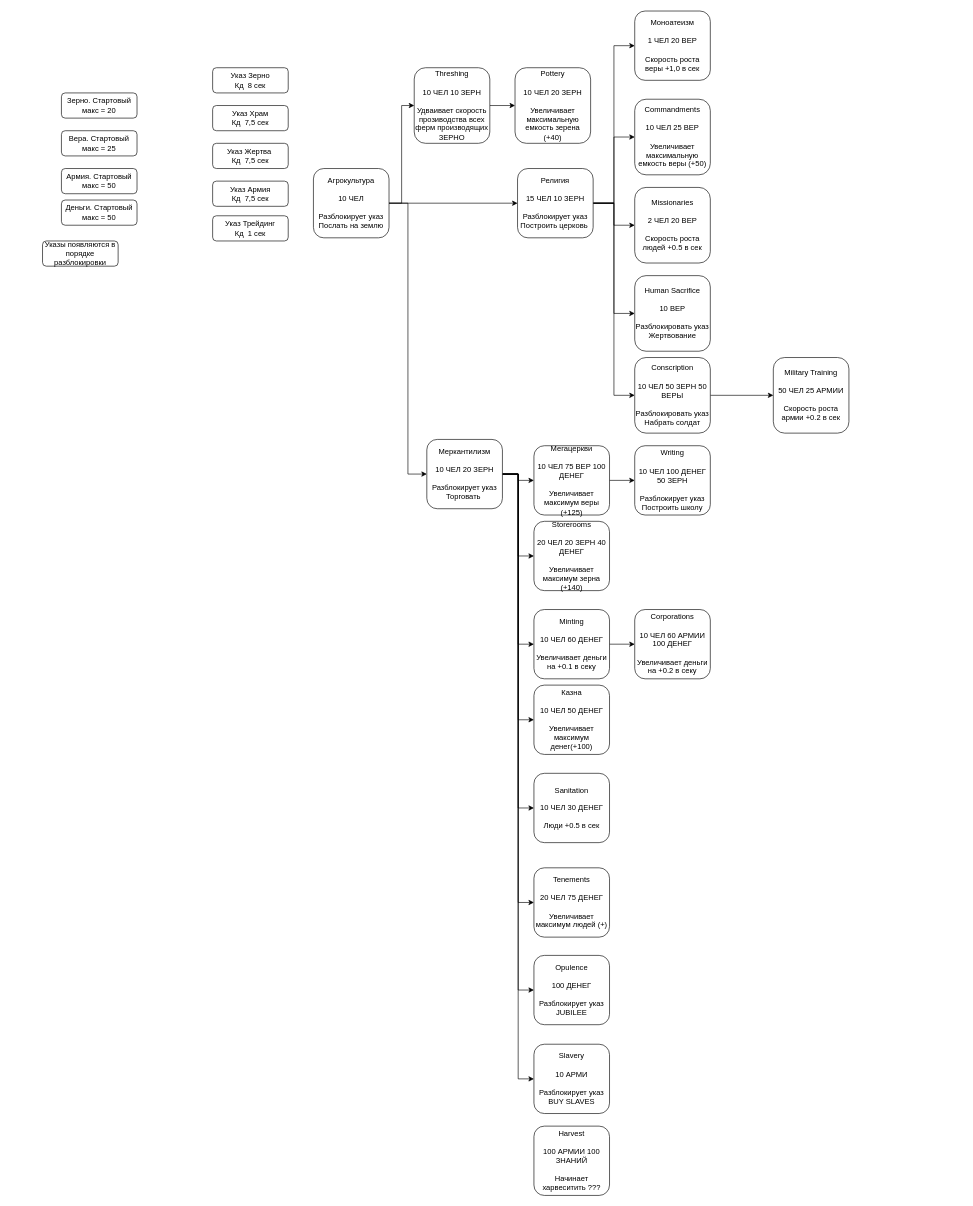
42ama/open-drawio keeps this draw.io diagram as Untitled Diagram.drawio. Above is the earlier version. Source tidied: cells renumbered, new cells numbered last; positions are measured from the earlier drawing's top-left corner, leaving out a move shared by most shapes. Both pictures are drawn from the tidied source at 63%, with x=0, y=0 at pixel (42, 11).
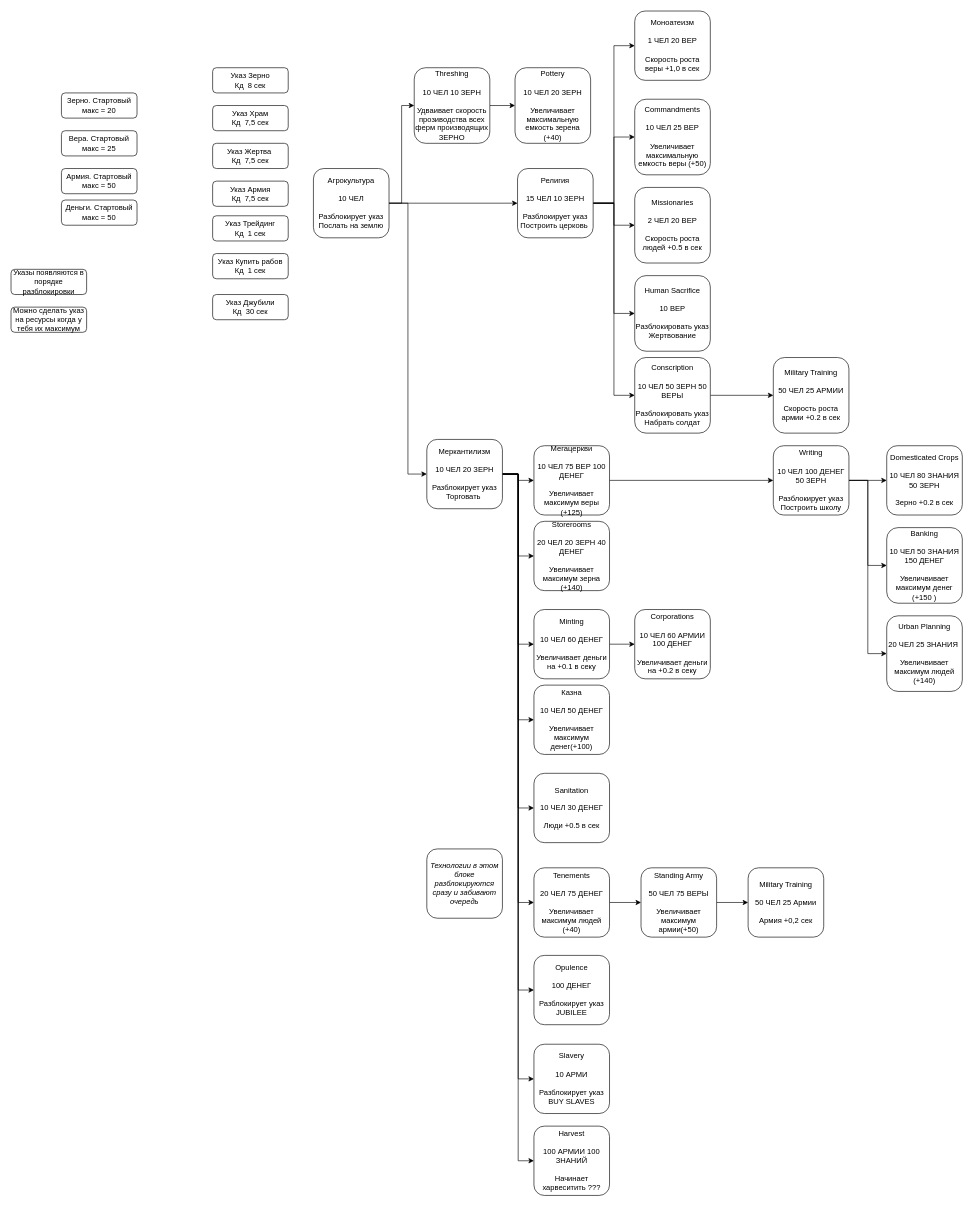
The same page after the edit.

The change refers to these unchanged cells:
```xml
<mxCell id="22" value="Меркантилизм&lt;br&gt;&lt;br&gt;10 ЧЕЛ 20 ЗЕРН&lt;br&gt;&lt;br&gt;Разблокирует указ Торговать&amp;nbsp;" style="rounded=1;whiteSpace=wrap;html=1;" parent="1" vertex="1">
  <mxGeometry x="610" y="680" width="120" height="110" as="geometry" />
</mxCell>
<mxCell id="51" value="Harvest&lt;br&gt;&lt;br&gt;100 АРМИИ 100 ЗНАНИЙ&lt;br&gt;&lt;br&gt;Начинает харвеситить ???" style="rounded=1;whiteSpace=wrap;html=1;" parent="1" vertex="1">
  <mxGeometry x="780" y="1770" width="120" height="110" as="geometry" />
</mxCell>
```

Diff of the diagram source:
```diff
@@
+    <mxCell id="54" style="edgeStyle=orthogonalEdgeStyle;rounded=0;jettySize=auto;html=1;entryX=0;entryY=0.5;entryDx=0;entryDy=0;" parent="1" edge="1" source="22" target="51">
+      <mxGeometry relative="1" as="geometry" />
+    </mxCell>
@@
     <mxCell id="38" value="Указы появляются в порядке разблокировки" style="rounded=1;whiteSpace=wrap;html=1;" parent="1" vertex="1">
-      <mxGeometry y="365" width="120" height="40" as="geometry" />
+      <mxGeometry x="-50" y="410" width="120" height="40" as="geometry" />
     </mxCell>
@@
+    <mxCell id="55" style="edgeStyle=orthogonalEdgeStyle;rounded=0;jettySize=auto;html=1;" parent="1" edge="1" source="48" target="60">
+      <mxGeometry relative="1" as="geometry" />
+    </mxCell>
-    <mxCell id="48" value="Tenements&lt;br&gt;&lt;br&gt;20 ЧЕЛ 75 ДЕНЕГ&lt;br&gt;&lt;br&gt;Увеличивает максимум людей (+)" style="rounded=1;whiteSpace=wrap;html=1;" parent="1" vertex="1">
+    <mxCell id="48" value="Tenements&lt;br&gt;&lt;br&gt;20 ЧЕЛ 75 ДЕНЕГ&lt;br&gt;&lt;br&gt;Увеличивает максимум людей (+40)" style="rounded=1;whiteSpace=wrap;html=1;" parent="1" vertex="1">
       <mxGeometry x="780" y="1360" width="120" height="110" as="geometry" />
     </mxCell>
@@
+    <mxCell id="56" style="edgeStyle=orthogonalEdgeStyle;rounded=0;jettySize=auto;html=1;" parent="1" edge="1" source="52" target="66">
+      <mxGeometry relative="1" as="geometry" />
+    </mxCell>
+    <mxCell id="57" style="edgeStyle=orthogonalEdgeStyle;rounded=0;jettySize=auto;html=1;entryX=0;entryY=0.5;entryDx=0;entryDy=0;" parent="1" edge="1" source="52" target="67">
+      <mxGeometry relative="1" as="geometry" />
+    </mxCell>
+    <mxCell id="58" style="edgeStyle=orthogonalEdgeStyle;rounded=0;jettySize=auto;html=1;entryX=0;entryY=0.5;entryDx=0;entryDy=0;" parent="1" edge="1" source="52" target="68">
+      <mxGeometry relative="1" as="geometry" />
+    </mxCell>
     <mxCell id="52" value="Writing&lt;br&gt;&lt;br&gt;10 ЧЕЛ 100 ДЕНЕГ 50 ЗЕРН&lt;br&gt;&lt;br&gt;Разблокирует указ Построить школу" style="rounded=1;whiteSpace=wrap;html=1;" parent="1" vertex="1">
-      <mxGeometry x="940" y="690" width="120" height="110" as="geometry" />
+      <mxGeometry x="1160" y="690" width="120" height="110" as="geometry" />
     </mxCell>
@@
+    <mxCell id="59" style="edgeStyle=orthogonalEdgeStyle;rounded=0;jettySize=auto;html=1;" parent="1" edge="1" source="60" target="61">
+      <mxGeometry relative="1" as="geometry" />
+    </mxCell>
+    <mxCell id="60" value="Standing Army&lt;br&gt;&lt;br&gt;50 ЧЕЛ 75 ВЕРЫ&lt;br&gt;&lt;br&gt;Увеличивает максимум армии(+50)" style="rounded=1;whiteSpace=wrap;html=1;" parent="1" vertex="1">
+      <mxGeometry x="950" y="1360" width="120" height="110" as="geometry" />
+    </mxCell>
+    <mxCell id="61" value="Military Training&lt;br&gt;&lt;br&gt;50 ЧЕЛ 25 Армии&lt;br&gt;&lt;br&gt;Армия +0,2 сек" style="rounded=1;whiteSpace=wrap;html=1;" parent="1" vertex="1">
+      <mxGeometry x="1120" y="1360" width="120" height="110" as="geometry" />
+    </mxCell>
+    <mxCell id="62" value="Указ Купить рабов&lt;br&gt;Кд&amp;nbsp; 1&amp;nbsp;сек" style="rounded=1;whiteSpace=wrap;html=1;" parent="1" vertex="1">
+      <mxGeometry x="270" y="385" width="120" height="40" as="geometry" />
+    </mxCell>
+    <mxCell id="63" value="Указ Джубили&lt;br&gt;Кд&amp;nbsp; 30 сек" style="rounded=1;whiteSpace=wrap;html=1;" parent="1" vertex="1">
+      <mxGeometry x="270" y="450" width="120" height="40" as="geometry" />
+    </mxCell>
+    <mxCell id="64" value="Можно сделать указ на ресурсы когда у тебя их максимум" style="rounded=1;whiteSpace=wrap;html=1;" parent="1" vertex="1">
+      <mxGeometry x="-50" y="470" width="120" height="40" as="geometry" />
+    </mxCell>
+    <mxCell id="65" value="&lt;i&gt;Технологии в этом блоке разблокируются сразу и забивают очередь&lt;/i&gt;" style="rounded=1;whiteSpace=wrap;html=1;" parent="1" vertex="1">
+      <mxGeometry x="610" y="1330" width="120" height="110" as="geometry" />
+    </mxCell>
+    <mxCell id="66" value="Domesticated Crops&lt;br&gt;&lt;br&gt;10 ЧЕЛ 80 ЗНАНИЯ 50 ЗЕРН&lt;br&gt;&lt;br&gt;Зерно +0.2 в сек" style="rounded=1;whiteSpace=wrap;html=1;" parent="1" vertex="1">
+      <mxGeometry x="1340" y="690" width="120" height="110" as="geometry" />
+    </mxCell>
+    <mxCell id="67" value="Banking&lt;br&gt;&lt;br&gt;10 ЧЕЛ 50 ЗНАНИЯ 150 ДЕНЕГ&lt;br&gt;&lt;br&gt;Увеличвивает максимум денег (+150 )" style="rounded=1;whiteSpace=wrap;html=1;" parent="1" vertex="1">
+      <mxGeometry x="1340" y="820" width="120" height="120" as="geometry" />
+    </mxCell>
+    <mxCell id="68" value="Urban Planning&lt;br&gt;&lt;br&gt;20 ЧЕЛ 25 ЗНАНИЯ&amp;nbsp;&lt;br&gt;&lt;br&gt;Увеличвивает максимум людей (+140)" style="rounded=1;whiteSpace=wrap;html=1;" parent="1" vertex="1">
+      <mxGeometry x="1340" y="960" width="120" height="120" as="geometry" />
+    </mxCell>
```
